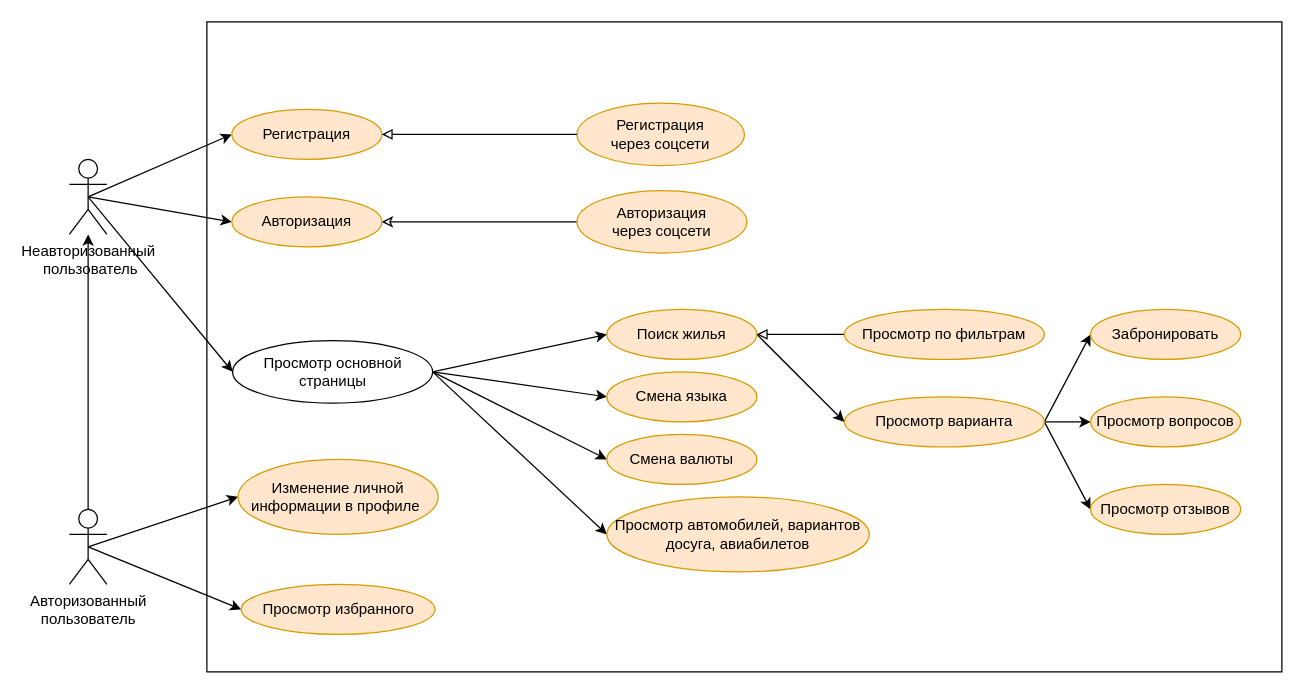
The draw.io diagram uml.drawio in david-d25/testing-labwork3, before the edit. Source tidied: cells renumbered, new cells numbered last; positions are measured from the earlier drawing's top-left corner, leaving out a move shared by most shapes. Both pictures are drawn from the tidied source at 125%, with x=0, y=0 at pixel (69, 21).
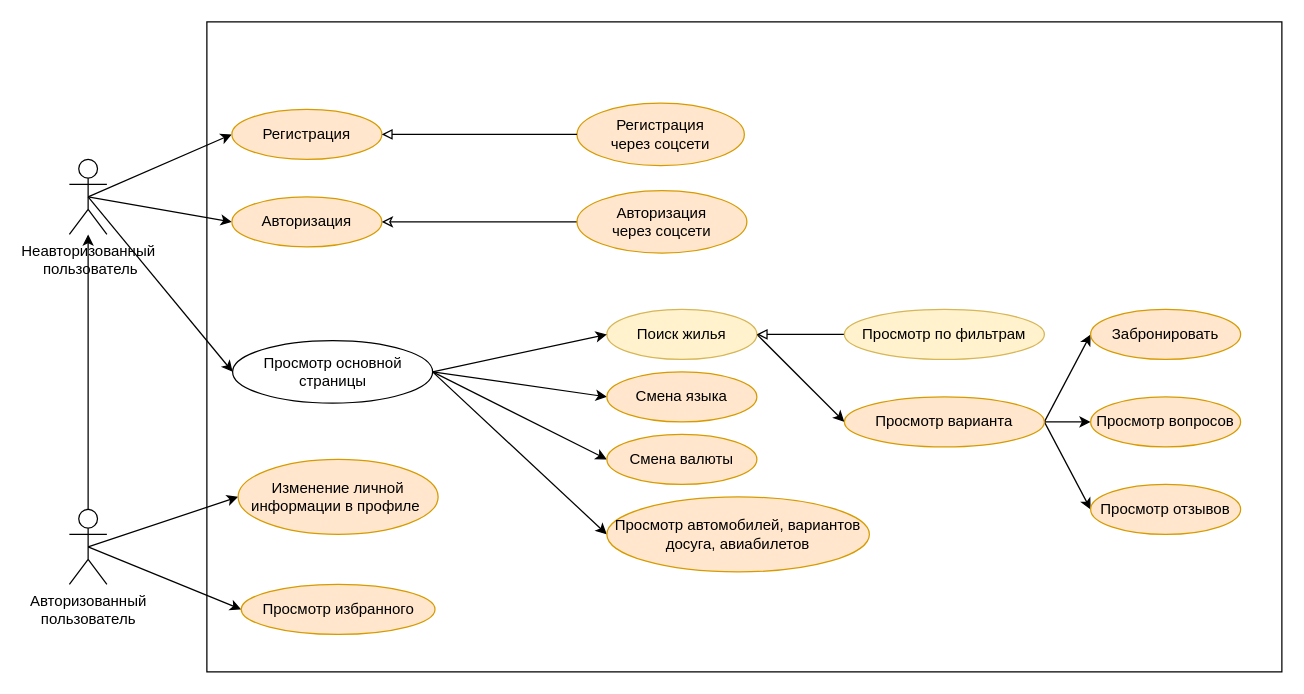
After the change.

Diff of the diagram source:
```diff
@@
-    <mxCell id="20" value="Поиск жилья" style="ellipse;whiteSpace=wrap;html=1;fillColor=#ffe6cc;strokeColor=#d79b00;" parent="1" vertex="1">
+    <mxCell id="20" value="Поиск жилья" style="ellipse;whiteSpace=wrap;html=1;fillColor=#fff2cc;strokeColor=#d6b656;" parent="1" vertex="1">
       <mxGeometry x="430" y="230" width="120" height="40" as="geometry" />
     </mxCell>
@@
-    <mxCell id="24" value="Просмотр по фильтрам" style="ellipse;whiteSpace=wrap;html=1;fillColor=#ffe6cc;strokeColor=#d79b00;" parent="1" vertex="1">
+    <mxCell id="24" value="Просмотр по фильтрам" style="ellipse;whiteSpace=wrap;html=1;fillColor=#fff2cc;strokeColor=#d6b656;" parent="1" vertex="1">
       <mxGeometry x="620" y="230" width="160" height="40" as="geometry" />
     </mxCell>
```
